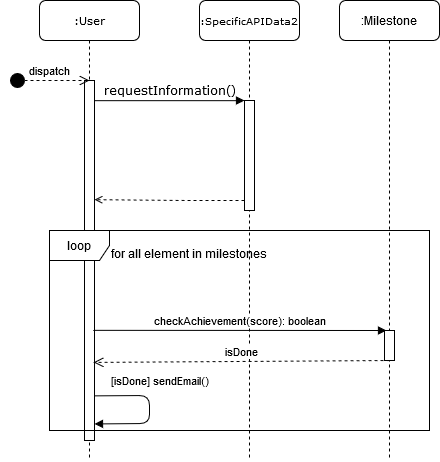
Above: diagrams/seq3.png in boziroland/StatTracker (draw.io), before the change. Source tidied: cells renumbered, new cells last; positions are measured from the earlier drawing's top-left corner, leaving out a move shared by most shapes. The source it was exported from:
```xml
<mxGraphModel>
  <root>
    <mxCell id="0" />
    <mxCell id="1" parent="0" />
    <mxCell id="2" value="&lt;font style=&quot;font-size: 10px&quot;&gt;:SpecificAPIData2&lt;/font&gt;" style="shape=umlLifeline;perimeter=lifelinePerimeter;whiteSpace=wrap;html=1;rounded=1;shadow=0;comic=0;labelBackgroundColor=none;strokeWidth=1;fontFamily=Verdana;fontSize=12;align=center;" parent="1" vertex="1">
      <mxGeometry x="190" width="100" height="460" as="geometry" />
    </mxCell>
    <mxCell id="3" style="html=1;points=[];perimeter=orthogonalPerimeter;rounded=0;shadow=0;comic=0;labelBackgroundColor=none;strokeWidth=1;fontFamily=Verdana;fontSize=12;align=center;" parent="2" vertex="1">
      <mxGeometry x="45" y="100" width="10" height="110" as="geometry" />
    </mxCell>
    <mxCell id="4" value="&lt;font style=&quot;font-size: 11px&quot;&gt;:User&lt;/font&gt;" style="shape=umlLifeline;perimeter=lifelinePerimeter;whiteSpace=wrap;html=1;rounded=1;shadow=0;comic=0;labelBackgroundColor=none;strokeWidth=1;fontFamily=Verdana;fontSize=12;align=center;" parent="1" vertex="1">
      <mxGeometry x="30" width="100" height="460" as="geometry" />
    </mxCell>
    <mxCell id="5" style="html=1;points=[];perimeter=orthogonalPerimeter;rounded=0;shadow=0;comic=0;labelBackgroundColor=none;strokeWidth=1;fontFamily=Verdana;fontSize=12;align=center;" parent="4" vertex="1">
      <mxGeometry x="45" y="80" width="10" height="360" as="geometry" />
    </mxCell>
    <mxCell id="6" value="[isDone] sendEmail()" style="html=1;verticalAlign=bottom;endArrow=block;entryX=1;entryY=0.954;entryDx=0;entryDy=0;entryPerimeter=0;exitX=1;exitY=0.876;exitDx=0;exitDy=0;exitPerimeter=0;" parent="4" edge="1" source="5" target="5">
      <mxGeometry x="-0.2" y="11" relative="1" as="geometry">
        <Array as="points">
          <mxPoint x="110" y="395" />
          <mxPoint x="110" y="423" />
        </Array>
        <mxPoint x="-1" y="-5" as="offset" />
      </mxGeometry>
    </mxCell>
    <mxCell id="7" value="requestInformation()" style="html=1;verticalAlign=bottom;endArrow=block;entryX=0;entryY=0;labelBackgroundColor=none;fontFamily=Verdana;fontSize=12;edgeStyle=elbowEdgeStyle;elbow=vertical;" parent="1" edge="1" source="5" target="3">
      <mxGeometry relative="1" as="geometry" />
    </mxCell>
    <mxCell id="8" style="endArrow=open;html=1;dashed=1;endFill=0;entryX=1;entryY=0.331;entryDx=0;entryDy=0;entryPerimeter=0;" parent="1" edge="1" source="3" target="5">
      <mxGeometry relative="1" as="geometry">
        <Array as="points">
          <mxPoint x="180" y="200" />
        </Array>
      </mxGeometry>
    </mxCell>
    <mxCell id="9" value="dispatch" style="html=1;verticalAlign=bottom;startArrow=circle;startFill=1;endArrow=open;startSize=6;endSize=8;dashed=1;" parent="1" edge="1">
      <mxGeometry relative="1" as="geometry">
        <mxPoint y="80" as="sourcePoint" />
        <mxPoint x="80" y="80" as="targetPoint" />
      </mxGeometry>
    </mxCell>
    <mxCell id="10" value=":Milestone" style="shape=umlLifeline;perimeter=lifelinePerimeter;whiteSpace=wrap;html=1;rounded=1;" parent="1" vertex="1">
      <mxGeometry x="330" width="100" height="460" as="geometry" />
    </mxCell>
    <mxCell id="11" value="loop" style="shape=umlFrame;whiteSpace=wrap;html=1;rounded=1;" parent="1" vertex="1">
      <mxGeometry x="40" y="230" width="380" height="200" as="geometry" />
    </mxCell>
    <mxCell id="12" value="for all element in milestones" style="text;align=center;fontStyle=0;verticalAlign=middle;spacingLeft=3;spacingRight=3;strokeColor=none;rounded=1;" parent="1" vertex="1">
      <mxGeometry x="140" y="240" width="80" height="26" as="geometry" />
    </mxCell>
    <mxCell id="13" value="checkAchievement(score): boolean" style="html=1;verticalAlign=bottom;endArrow=block;entryX=0.2;entryY=0;entryDx=0;entryDy=0;entryPerimeter=0;exitX=0.867;exitY=0.694;exitDx=0;exitDy=0;exitPerimeter=0;" parent="1" edge="1" source="5" target="14">
      <mxGeometry relative="1" as="geometry" />
    </mxCell>
    <mxCell id="14" style="html=1;points=[];perimeter=orthogonalPerimeter;" parent="1" vertex="1">
      <mxGeometry x="375" y="330" width="10" height="30" as="geometry" />
    </mxCell>
    <mxCell id="15" value="isDone" style="html=1;verticalAlign=bottom;endArrow=open;dashed=1;endSize=8;entryX=0.91;entryY=0.783;entryDx=0;entryDy=0;entryPerimeter=0;" parent="1" edge="1" target="5">
      <mxGeometry relative="1" as="geometry">
        <mxPoint x="380" y="360" as="sourcePoint" />
      </mxGeometry>
    </mxCell>
  </root>
</mxGraphModel>
```
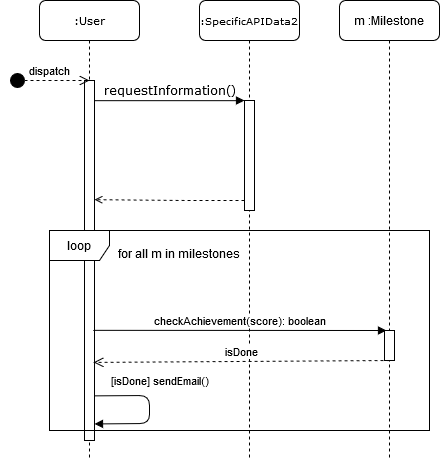
The same diagram one commit later.

Commit message:
Szekvenciadiagramok frissítve, magyarázó szövegek hozzáadva

The edit, as a diff of the source:
```diff
@@ -39,14 +39,14 @@
         <mxPoint x="80" y="80" as="targetPoint" />
       </mxGeometry>
     </mxCell>
-    <mxCell id="10" value=":Milestone" style="shape=umlLifeline;perimeter=lifelinePerimeter;whiteSpace=wrap;html=1;rounded=1;" parent="1" vertex="1">
+    <mxCell id="10" value="m :Milestone" style="shape=umlLifeline;perimeter=lifelinePerimeter;whiteSpace=wrap;html=1;rounded=1;" parent="1" vertex="1">
       <mxGeometry x="330" width="100" height="460" as="geometry" />
     </mxCell>
     <mxCell id="11" value="loop" style="shape=umlFrame;whiteSpace=wrap;html=1;rounded=1;" parent="1" vertex="1">
       <mxGeometry x="40" y="230" width="380" height="200" as="geometry" />
     </mxCell>
-    <mxCell id="12" value="for all element in milestones" style="text;align=center;fontStyle=0;verticalAlign=middle;spacingLeft=3;spacingRight=3;strokeColor=none;rounded=1;" parent="1" vertex="1">
-      <mxGeometry x="140" y="240" width="80" height="26" as="geometry" />
+    <mxCell id="12" value="for all m in milestones" style="text;align=center;fontStyle=0;verticalAlign=middle;spacingLeft=3;spacingRight=3;strokeColor=none;rounded=1;" parent="1" vertex="1">
+      <mxGeometry x="130" y="240" width="80" height="26" as="geometry" />
     </mxCell>
     <mxCell id="13" value="checkAchievement(score): boolean" style="html=1;verticalAlign=bottom;endArrow=block;entryX=0.2;entryY=0;entryDx=0;entryDy=0;entryPerimeter=0;exitX=0.867;exitY=0.694;exitDx=0;exitDy=0;exitPerimeter=0;" parent="1" edge="1" source="5" target="14">
       <mxGeometry relative="1" as="geometry" />
```
